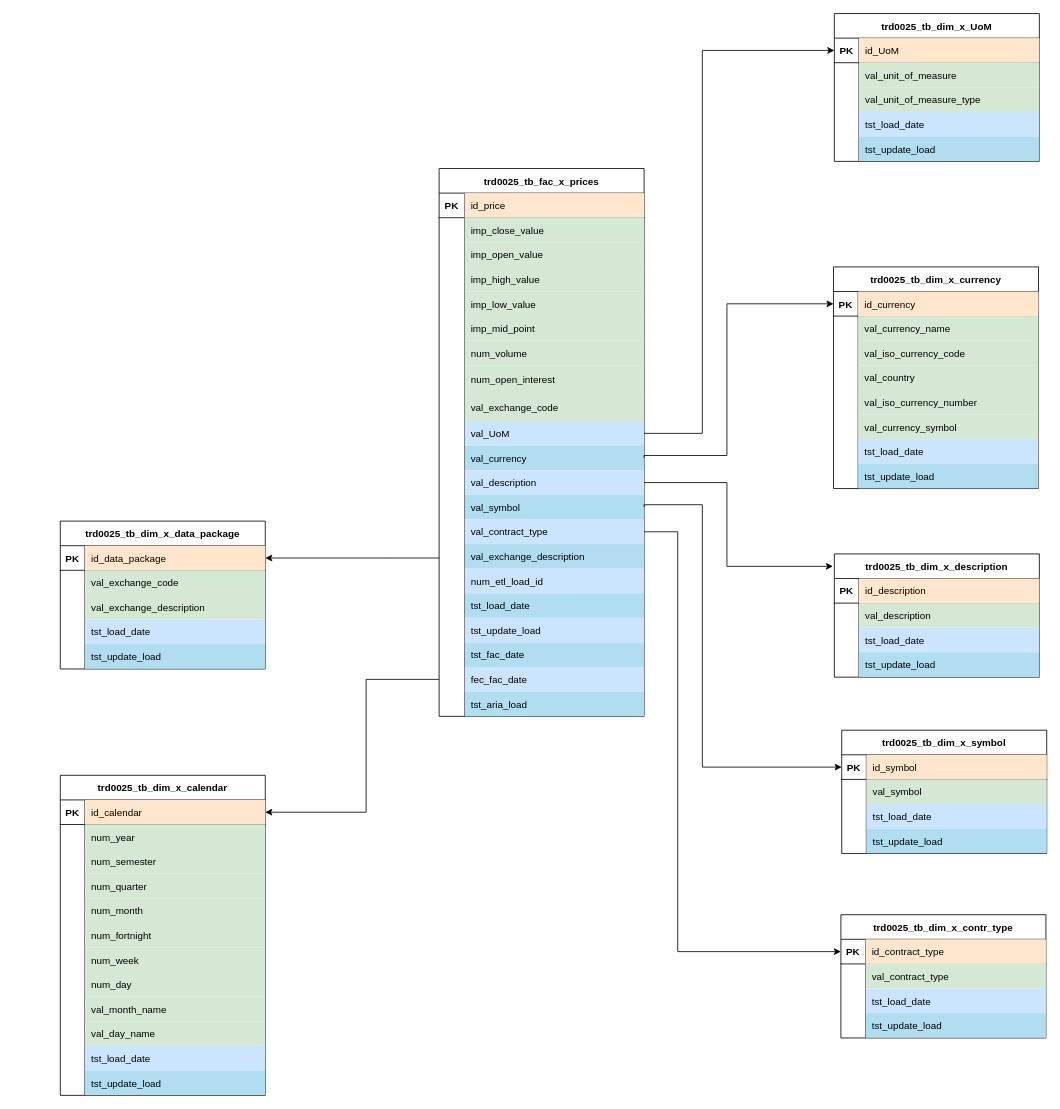
This is ModeloDatosMiniPoc.drawio from robertoOlmedo/TDDPublic, a draw.io file, before an edit. Source tidied: cells renumbered, new cells numbered last; positions are measured from the earlier drawing's top-left corner, leaving out a move shared by most shapes. Both pictures are drawn from the tidied source at 82%, with x=0, y=0 at pixel (60, 13).
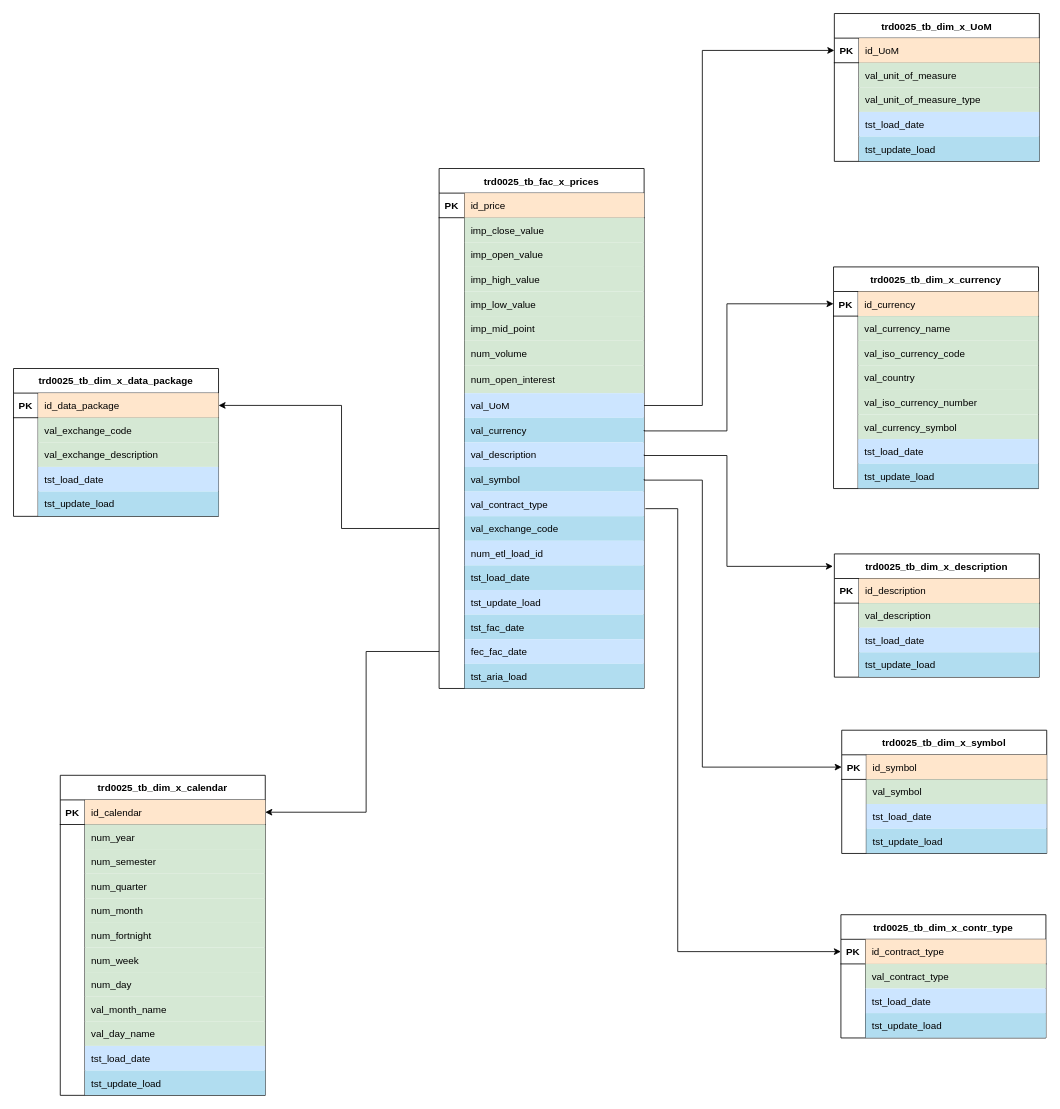
The same diagram, later.

Commit message:
Añadido nuevo modelo con exchange_code

The change refers to these unchanged cells:
```xml
<mxCell id="67" style="shape=partialRectangle;fillColor=none;points=[[0,0.5],[1,0.5]];portConstraint=eastwest;top=0;left=0;right=0;bottom=1;rounded=0;" parent="66" vertex="1">
  <mxGeometry y="30" width="250" height="30" as="geometry" />
</mxCell>
<mxCell id="92" style="shape=partialRectangle;fillColor=none;points=[[0,0.5],[1,0.5]];portConstraint=eastwest;top=0;left=0;right=0;bottom=1;rounded=0;" parent="91" vertex="1">
  <mxGeometry y="30" width="250" height="30" as="geometry" />
</mxCell>
<mxCell id="108" style="shape=partialRectangle;fillColor=none;points=[[0,0.5],[1,0.5]];portConstraint=eastwest;top=0;left=0;right=0;bottom=1;rounded=0;" parent="107" vertex="1">
  <mxGeometry y="30" width="250" height="30" as="geometry" />
</mxCell>
<mxCell id="121" style="shape=partialRectangle;fillColor=none;points=[[0,0.5],[1,0.5]];portConstraint=eastwest;top=0;left=0;right=0;bottom=1;rounded=0;" parent="120" vertex="1">
  <mxGeometry y="30" width="250" height="30" as="geometry" />
</mxCell>
<mxCell id="157" value="trd0025_tb_dim_x_description" style="shape=table;startSize=30;childLayout=tableLayout;rowLines=0;fontStyle=1;align=center;strokeColor=#000000;rounded=0;" parent="1" vertex="1">
  <mxGeometry x="944" y="659" width="250" height="150.3" as="geometry" />
</mxCell>
<mxCell id="176" style="shape=partialRectangle;fillColor=none;points=[[0,0.5],[1,0.5]];portConstraint=eastwest;top=0;left=0;right=0;bottom=1;rounded=0;" parent="175" vertex="1">
  <mxGeometry y="30" width="250" height="30" as="geometry" />
</mxCell>
<mxCell id="190" style="shape=partialRectangle;fillColor=none;points=[[0,0.5],[1,0.5]];portConstraint=eastwest;top=0;left=0;right=0;bottom=1;rounded=0;" parent="189" vertex="1">
  <mxGeometry y="30" width="250" height="30" as="geometry" />
</mxCell>
```

Change to the diagram source:
```diff
@@
     <mxCell id="2" value="trd0025_tb_fac_x_prices" style="shape=table;startSize=30;childLayout=tableLayout;rowLines=0;fontStyle=1;align=center;strokeColor=#000000;rounded=0;" parent="1" vertex="1">
-      <mxGeometry x="462" y="189" width="250" height="668.1" as="geometry" />
+      <mxGeometry x="462" y="189" width="250" height="634.1" as="geometry" />
     </mxCell>
@@
-    <mxCell id="27" style="shape=partialRectangle;fillColor=none;top=0;left=0;right=0;bottom=0;rounded=0;" parent="2" vertex="1">
-      <mxGeometry y="274" width="250" height="34" as="geometry" />
-    </mxCell>
-    <mxCell id="28" style="shape=partialRectangle;overflow=hidden;fillColor=none;top=0;left=0;bottom=0;right=0;rounded=0;" parent="27" vertex="1">
-      <mxGeometry width="31" height="34" as="geometry" />
-    </mxCell>
-    <mxCell id="29" value="val_exchange_code" style="shape=partialRectangle;overflow=hidden;fillColor=#D5E8D4;top=0;left=0;bottom=0;right=0;align=left;spacingLeft=6;strokeColor=#10739e;perimeterSpacing=1;rounded=0;" parent="27" vertex="1">
-      <mxGeometry x="31" width="219" height="34" as="geometry" />
-    </mxCell>
     <mxCell id="30" style="shape=partialRectangle;fillColor=none;points=[[0,0.5],[1,0.5]];portConstraint=eastwest;top=0;left=0;right=0;bottom=0;rounded=0;" parent="2" vertex="1">
-      <mxGeometry y="308" width="250" height="30" as="geometry" />
+      <mxGeometry y="274" width="250" height="30" as="geometry" />
     </mxCell>
@@
     <mxCell id="33" style="shape=partialRectangle;fillColor=none;points=[[0,0.5],[1,0.5]];portConstraint=eastwest;top=0;left=0;right=0;bottom=0;rounded=0;" parent="2" vertex="1">
-      <mxGeometry y="338" width="250" height="30" as="geometry" />
+      <mxGeometry y="304" width="250" height="30" as="geometry" />
     </mxCell>
@@
     <mxCell id="36" style="shape=partialRectangle;fillColor=none;points=[[0,0.5],[1,0.5]];portConstraint=eastwest;top=0;left=0;right=0;bottom=0;rounded=0;" parent="2" vertex="1">
-      <mxGeometry y="368" width="250" height="30" as="geometry" />
+      <mxGeometry y="334" width="250" height="30" as="geometry" />
     </mxCell>
@@
     <mxCell id="39" style="shape=partialRectangle;fillColor=none;points=[[0,0.5],[1,0.5]];portConstraint=eastwest;top=0;left=0;right=0;bottom=0;rounded=0;" parent="2" vertex="1">
-      <mxGeometry y="398" width="250" height="30" as="geometry" />
+      <mxGeometry y="364" width="250" height="30" as="geometry" />
     </mxCell>
@@
     <mxCell id="42" style="shape=partialRectangle;fillColor=none;points=[[0,0.5],[1,0.5]];portConstraint=eastwest;top=0;left=0;right=0;bottom=0;rounded=0;" parent="2" vertex="1">
-      <mxGeometry y="428" width="250" height="30" as="geometry" />
+      <mxGeometry y="394" width="250" height="30" as="geometry" />
     </mxCell>
@@
     <mxCell id="45" style="shape=partialRectangle;fillColor=none;points=[[0,0.5],[1,0.5]];portConstraint=eastwest;top=0;left=0;right=0;bottom=0;rounded=0;" parent="2" vertex="1">
-      <mxGeometry y="458" width="250" height="30" as="geometry" />
+      <mxGeometry y="424" width="250" height="30" as="geometry" />
     </mxCell>
@@
-    <mxCell id="47" value="val_exchange_description" style="shape=partialRectangle;overflow=hidden;fillColor=#B1DDF0;top=0;left=0;bottom=0;right=0;align=left;spacingLeft=6;strokeColor=#000000;perimeterSpacing=1;rounded=0;strokeWidth=1;gradientColor=none;" parent="45" vertex="1">
+    <mxCell id="47" value="val_exchange_code" style="shape=partialRectangle;overflow=hidden;fillColor=#B1DDF0;top=0;left=0;bottom=0;right=0;align=left;spacingLeft=6;strokeColor=#000000;perimeterSpacing=1;rounded=0;strokeWidth=1;gradientColor=none;" parent="45" vertex="1">
       <mxGeometry x="31" width="219" height="30" as="geometry" />
     </mxCell>
     <mxCell id="48" style="shape=partialRectangle;fillColor=none;top=0;left=0;right=0;bottom=0;rounded=0;" parent="2" vertex="1">
-      <mxGeometry y="488" width="250" height="30" as="geometry" />
+      <mxGeometry y="454" width="250" height="30" as="geometry" />
     </mxCell>
@@
     <mxCell id="51" style="shape=partialRectangle;fillColor=none;top=0;left=0;right=0;bottom=0;rounded=0;" parent="2" vertex="1">
-      <mxGeometry y="518" width="250" height="30" as="geometry" />
+      <mxGeometry y="484" width="250" height="30" as="geometry" />
     </mxCell>
@@
     <mxCell id="54" style="shape=partialRectangle;fillColor=none;top=0;left=0;right=0;bottom=0;rounded=0;" parent="2" vertex="1">
-      <mxGeometry y="548" width="250" height="30" as="geometry" />
+      <mxGeometry y="514" width="250" height="30" as="geometry" />
     </mxCell>
@@
     <mxCell id="57" style="shape=partialRectangle;fillColor=none;top=0;left=0;right=0;bottom=0;rounded=0;" parent="2" vertex="1">
-      <mxGeometry y="578" width="250" height="30" as="geometry" />
+      <mxGeometry y="544" width="250" height="30" as="geometry" />
     </mxCell>
@@
     <mxCell id="60" style="shape=partialRectangle;fillColor=none;points=[[0,0.5],[1,0.5]];portConstraint=eastwest;top=0;left=0;right=0;bottom=0;rounded=0;" parent="2" vertex="1">
-      <mxGeometry y="608" width="250" height="30" as="geometry" />
+      <mxGeometry y="574" width="250" height="30" as="geometry" />
     </mxCell>
@@
     <mxCell id="63" style="shape=partialRectangle;fillColor=none;top=0;left=0;right=0;bottom=0;rounded=0;" parent="2" vertex="1">
-      <mxGeometry y="638" width="250" height="30" as="geometry" />
+      <mxGeometry y="604" width="250" height="30" as="geometry" />
     </mxCell>
@@
     <mxCell id="170" style="edgeStyle=orthogonalEdgeStyle;rounded=0;jettySize=auto;html=1;entryX=-0.007;entryY=0.101;entryDx=0;entryDy=0;entryPerimeter=0;exitX=1;exitY=0.5;exitDx=0;exitDy=0;" parent="1" edge="1" source="36" target="157">
       <mxGeometry relative="1" as="geometry">
         <Array as="points">
-          <mxPoint x="813" y="572" />
+          <mxPoint x="712" y="539" />
+          <mxPoint x="813" y="539" />
           <mxPoint x="813" y="674" />
         </Array>
       </mxGeometry>
     </mxCell>
     <mxCell id="171" style="edgeStyle=orthogonalEdgeStyle;rounded=0;jettySize=auto;html=1;entryX=0;entryY=0.5;entryDx=0;entryDy=0;exitX=1;exitY=0.5;exitDx=0;exitDy=0;" parent="1" edge="1" source="39" target="108">
       <mxGeometry relative="1" as="geometry">
         <Array as="points">
-          <mxPoint x="712" y="599" />
-          <mxPoint x="783" y="599" />
+          <mxPoint x="712" y="569" />
+          <mxPoint x="783" y="569" />
           <mxPoint x="783" y="919" />
         </Array>
       </mxGeometry>
     </mxCell>
     <mxCell id="172" style="edgeStyle=orthogonalEdgeStyle;rounded=0;jettySize=auto;html=1;entryX=0;entryY=0.5;entryDx=0;entryDy=0;exitX=1;exitY=0.5;exitDx=0;exitDy=0;" parent="1" edge="1" source="33" target="67">
       <mxGeometry relative="1" as="geometry">
         <Array as="points">
-          <mxPoint x="712" y="539" />
-          <mxPoint x="813" y="539" />
+          <mxPoint x="712" y="509" />
+          <mxPoint x="813" y="509" />
           <mxPoint x="813" y="354" />
         </Array>
       </mxGeometry>
     </mxCell>
     <mxCell id="173" style="edgeStyle=orthogonalEdgeStyle;rounded=0;jettySize=auto;html=1;entryX=0;entryY=0.5;entryDx=0;entryDy=0;exitX=1;exitY=0.5;exitDx=0;exitDy=0;" parent="1" edge="1" source="30" target="92">
       <mxGeometry relative="1" as="geometry">
         <Array as="points">
-          <mxPoint x="783" y="512" />
+          <mxPoint x="783" y="478" />
           <mxPoint x="783" y="45" />
         </Array>
       </mxGeometry>
     </mxCell>
     <mxCell id="174" style="edgeStyle=orthogonalEdgeStyle;rounded=0;jettySize=auto;html=1;entryX=1;entryY=0.5;entryDx=0;entryDy=0;" parent="1" edge="1" source="60" target="121">
       <mxGeometry relative="1" as="geometry">
         <Array as="points">
-          <mxPoint x="373" y="812" />
+          <mxPoint x="373" y="778" />
           <mxPoint x="373" y="974" />
         </Array>
       </mxGeometry>
     </mxCell>
@@
-    <mxCell id="188" style="edgeStyle=orthogonalEdgeStyle;rounded=0;jettySize=auto;html=1;entryX=0;entryY=0.5;entryDx=0;entryDy=0;" parent="1" edge="1" source="42" target="176">
+    <mxCell id="188" style="edgeStyle=orthogonalEdgeStyle;rounded=0;jettySize=auto;html=1;entryX=0;entryY=0.5;entryDx=0;entryDy=0;exitX=1.006;exitY=0.694;exitDx=0;exitDy=0;exitPerimeter=0;" parent="1" edge="1" source="42" target="176">
       <mxGeometry relative="1" as="geometry">
         <Array as="points">
-          <mxPoint x="753" y="632" />
+          <mxPoint x="753" y="604" />
           <mxPoint x="753" y="1144" />
         </Array>
       </mxGeometry>
     </mxCell>
     <mxCell id="189" value="trd0025_tb_dim_x_data_package" style="shape=table;startSize=30;childLayout=tableLayout;rowLines=0;fontStyle=1;align=center;strokeColor=#000000;rounded=0;" parent="1" vertex="1">
-      <mxGeometry y="619" width="250" height="180.3" as="geometry" />
+      <mxGeometry x="-57" y="432.9" width="250" height="180.3" as="geometry" />
     </mxCell>
@@
-    <mxCell id="205" style="edgeStyle=orthogonalEdgeStyle;rounded=0;jettySize=auto;html=1;entryX=1;entryY=0.5;entryDx=0;entryDy=0;" parent="1" edge="1" source="45" target="190">
+    <mxCell id="205" style="edgeStyle=orthogonalEdgeStyle;rounded=0;jettySize=auto;html=1;entryX=1;entryY=0.5;entryDx=0;entryDy=0;exitX=0;exitY=0.5;exitDx=0;exitDy=0;" parent="1" edge="1" source="45" target="190">
       <mxGeometry relative="1" as="geometry">
         <Array as="points">
-          <mxPoint x="403" y="664" />
-          <mxPoint x="403" y="664" />
+          <mxPoint x="343" y="628" />
+          <mxPoint x="343" y="478" />
         </Array>
       </mxGeometry>
     </mxCell>
```
